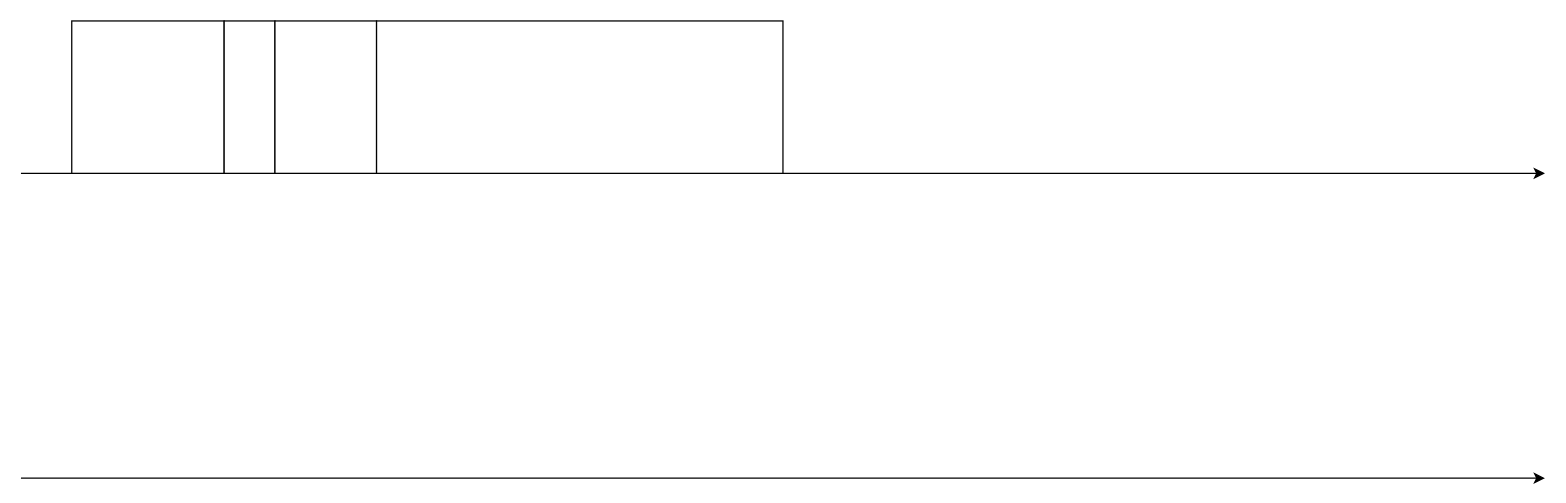
Before: preprint/assets/packet.drawio in ShitaLab-TMCIT/IEEE802.11simulator, a draw.io diagram. Source tidied: cells renumbered, new cells numbered last; positions are measured from the earlier drawing's top-left corner, leaving out a move shared by most shapes. Both pictures are drawn from the tidied source at 127%, with x=0, y=0 at pixel (20, 20).
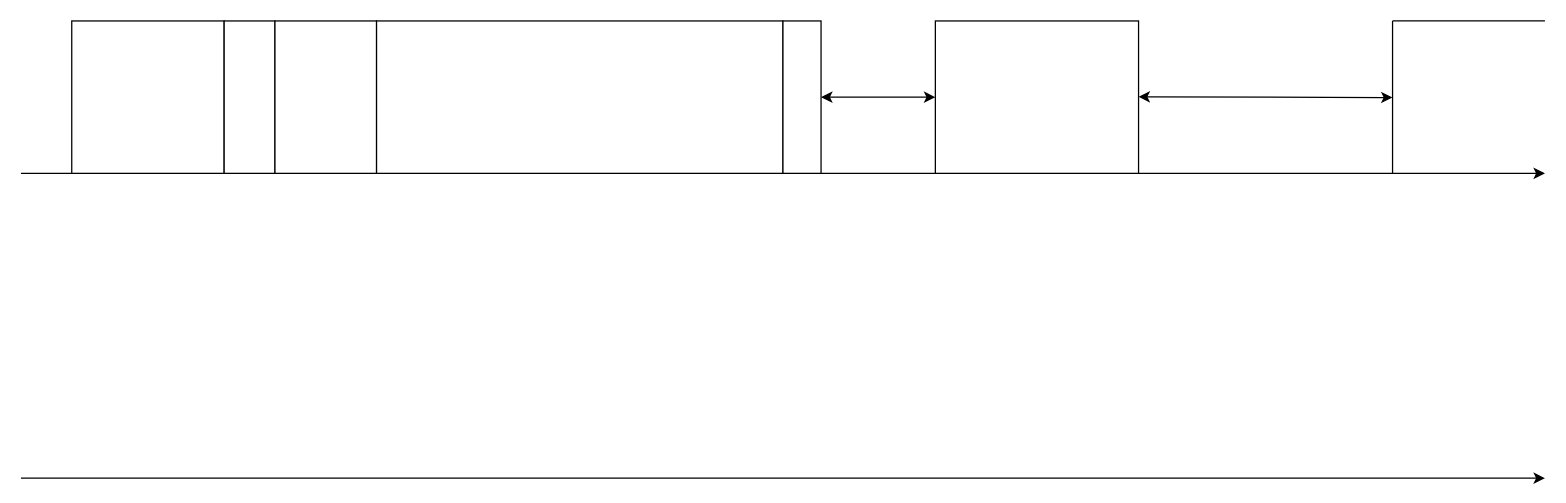
The same diagram, later.

The edit, as a diff of the source:
```diff
@@
 <mxGraphModel>
   <root>
     <mxCell id="0" />
     <mxCell id="1" parent="0" />
     <mxCell id="2" style="endArrow=classic;html=1;rounded=0;" parent="1" edge="1">
       <mxGeometry relative="1" as="geometry">
         <mxPoint y="120" as="sourcePoint" />
         <mxPoint x="1200" y="120" as="targetPoint" />
       </mxGeometry>
     </mxCell>
     <mxCell id="3" style="endArrow=classic;html=1;rounded=0;" parent="1" edge="1">
       <mxGeometry relative="1" as="geometry">
         <mxPoint y="360" as="sourcePoint" />
         <mxPoint x="1200" y="360" as="targetPoint" />
       </mxGeometry>
     </mxCell>
     <mxCell id="4" style="rounded=0;whiteSpace=wrap;html=1;" parent="1" vertex="1">
       <mxGeometry x="40" width="120" height="120" as="geometry" />
     </mxCell>
     <mxCell id="5" style="rounded=0;whiteSpace=wrap;html=1;" parent="1" vertex="1">
       <mxGeometry x="160" width="40" height="120" as="geometry" />
     </mxCell>
     <mxCell id="6" style="rounded=0;whiteSpace=wrap;html=1;" parent="1" vertex="1">
       <mxGeometry x="200" width="80" height="120" as="geometry" />
     </mxCell>
     <mxCell id="7" style="rounded=0;whiteSpace=wrap;html=1;" parent="1" vertex="1">
       <mxGeometry x="280" width="320" height="120" as="geometry" />
     </mxCell>
+    <mxCell id="8" style="rounded=0;whiteSpace=wrap;html=1;" parent="1" vertex="1">
+      <mxGeometry x="600" width="30" height="120" as="geometry" />
+    </mxCell>
+    <mxCell id="9" style="endArrow=classic;startArrow=classic;html=1;rounded=0;exitX=1;exitY=0.5;exitDx=0;exitDy=0;" parent="1" edge="1" source="8">
+      <mxGeometry relative="1" as="geometry">
+        <mxPoint x="720" y="60" as="targetPoint" />
+      </mxGeometry>
+    </mxCell>
+    <mxCell id="10" style="rounded=0;whiteSpace=wrap;html=1;" parent="1" vertex="1">
+      <mxGeometry x="720" width="160" height="120" as="geometry" />
+    </mxCell>
+    <mxCell id="11" style="endArrow=classic;startArrow=classic;html=1;rounded=0;exitX=1;exitY=0.5;exitDx=0;exitDy=0;" parent="1" edge="1">
+      <mxGeometry relative="1" as="geometry">
+        <mxPoint x="880" y="59.7" as="sourcePoint" />
+        <mxPoint x="1080" y="60.3" as="targetPoint" />
+      </mxGeometry>
+    </mxCell>
+    <mxCell id="12" style="endArrow=none;html=1;rounded=0;" parent="1" edge="1">
+      <mxGeometry relative="1" as="geometry">
+        <mxPoint x="1200" as="sourcePoint" />
+        <mxPoint x="1080" as="targetPoint" />
+      </mxGeometry>
+    </mxCell>
+    <mxCell id="13" style="endArrow=none;html=1;rounded=0;" parent="1" edge="1">
+      <mxGeometry relative="1" as="geometry">
+        <mxPoint x="1080" y="120" as="sourcePoint" />
+        <mxPoint x="1080" as="targetPoint" />
+      </mxGeometry>
+    </mxCell>
   </root>
 </mxGraphModel>
```
